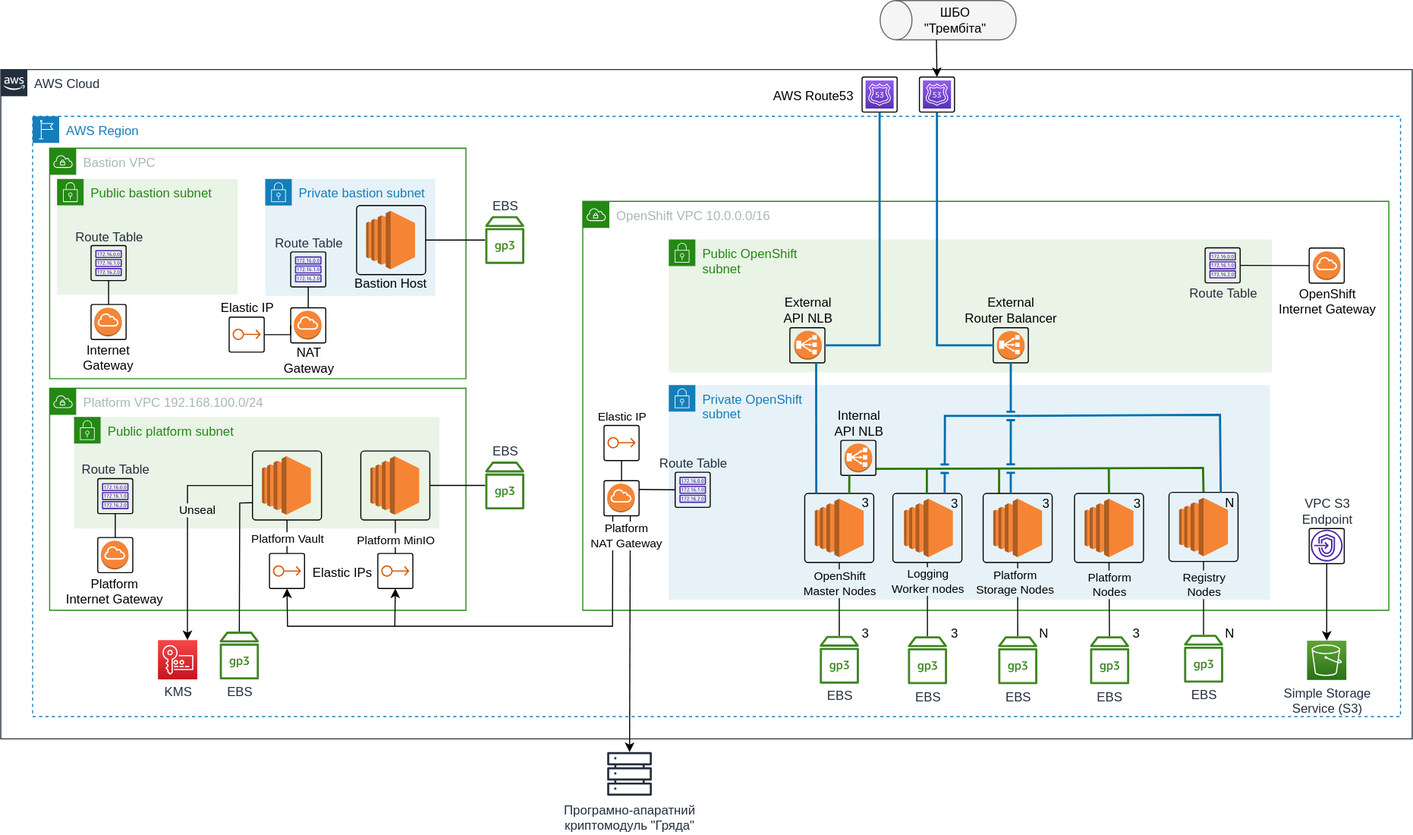
epam/edp-ddm-architecture keeps this draw.io diagram as docs/en/modules/arch/images/architecture/ddm-platform-infrastructure-deployment.drawio.svg. Above is the earlier version. Source tidied: cells renumbered, new cells last; positions are measured from the earlier drawing's top-left corner, leaving out a move shared by most shapes.
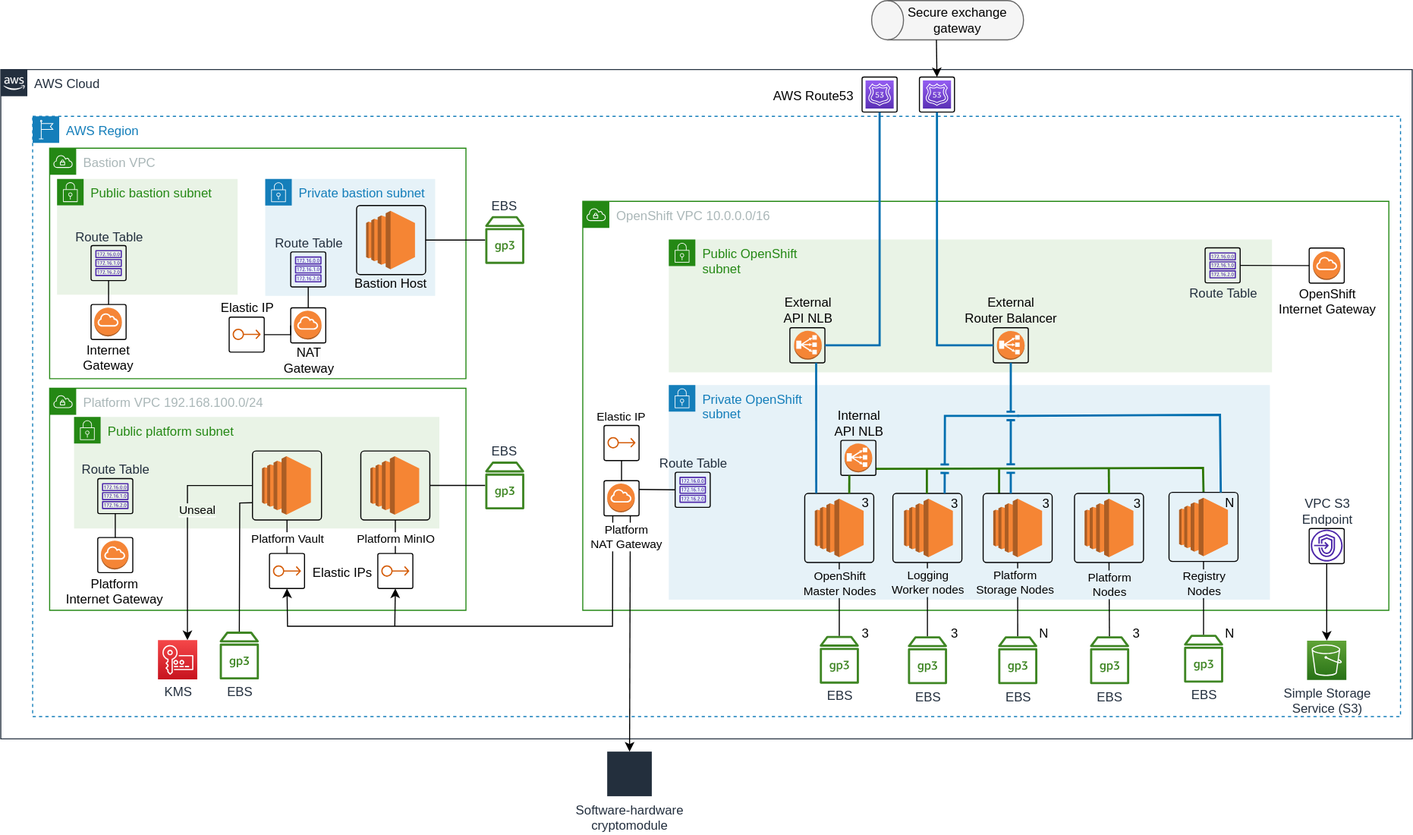
The same file after the commit.

The edit, as a diff of the source:
```diff
@@ -442,14 +442,14 @@
     <mxCell id="130" value="AWS Route53" style="text;html=1;strokeColor=none;fillColor=none;align=center;verticalAlign=middle;whiteSpace=wrap;rounded=0;" parent="2" vertex="1">
       <mxGeometry x="723" y="10.2" width="85" height="30" as="geometry" />
     </mxCell>
-    <mxCell id="131" value="Програмно-апаратний &lt;br&gt;криптомодуль &quot;Гряда&quot;" style="sketch=0;outlineConnect=0;fontColor=#232F3E;gradientColor=none;fillColor=#232F3D;strokeColor=none;dashed=0;verticalLabelPosition=bottom;verticalAlign=top;align=center;html=1;fontSize=12;fontStyle=0;shape=mxgraph.aws4.servers;labelPosition=center;" parent="1" vertex="1">
+    <mxCell id="131" value="&lt;div&gt;Software-hardware&lt;/div&gt;&lt;div&gt;cryptomodule&lt;/div&gt;" style="sketch=0;outlineConnect=0;fontColor=#232F3E;gradientColor=none;fillColor=#232F3D;strokeColor=none;dashed=0;verticalLabelPosition=bottom;verticalAlign=top;align=center;html=1;fontSize=12;fontStyle=0;shape=mxgraph.aws4.servers;labelPosition=center;" parent="1" vertex="1">
       <mxGeometry x="571" y="707" width="42" height="42" as="geometry" />
     </mxCell>
     <mxCell id="132" style="shape=cylinder3;whiteSpace=wrap;html=1;boundedLbl=1;backgroundOutline=1;size=15;direction=south;rotation=-180;fillColor=#f5f5f5;fontColor=#333333;strokeColor=#666666;" parent="1" vertex="1">
-      <mxGeometry x="828" width="128" height="37" as="geometry" />
+      <mxGeometry x="820" width="143" height="37" as="geometry" />
     </mxCell>
-    <mxCell id="133" value="ШБО &quot;Трембіта&quot;" style="text;html=1;strokeColor=none;fillColor=none;align=center;verticalAlign=middle;whiteSpace=wrap;rounded=0;" parent="1" vertex="1">
-      <mxGeometry x="857" y="3.5" width="84" height="30" as="geometry" />
+    <mxCell id="133" value="Secure exchange gateway" style="text;html=1;strokeColor=none;fillColor=none;align=center;verticalAlign=middle;whiteSpace=wrap;rounded=0;" parent="1" vertex="1">
+      <mxGeometry x="851" y="3.5" width="100" height="30" as="geometry" />
     </mxCell>
     <mxCell id="134" style="endArrow=classic;html=1;rounded=0;exitX=0.75;exitY=1;exitDx=0;exitDy=0;" parent="1" edge="1" source="23" target="131">
       <mxGeometry relative="1" as="geometry" />
```
